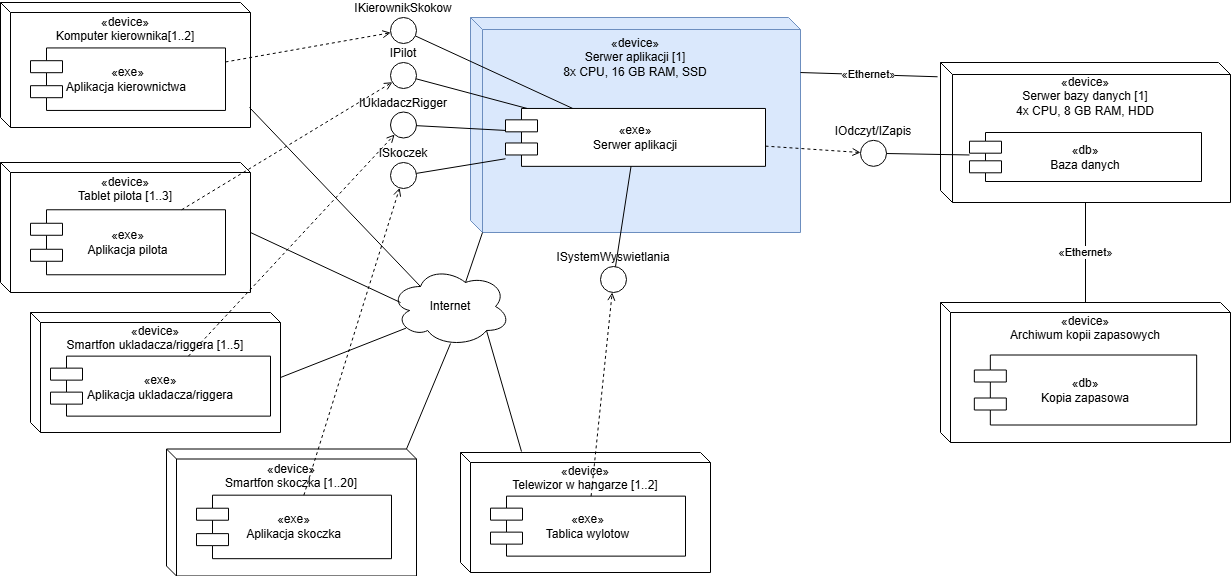
The draw.io diagram png-files/DiagramWdrozenia.png in PatrykWojtkielewicz/SkySchool, before a commit. Source tidied: cells renumbered, new cells last; positions are measured from the earlier drawing's top-left corner, leaving out a move shared by most shapes.
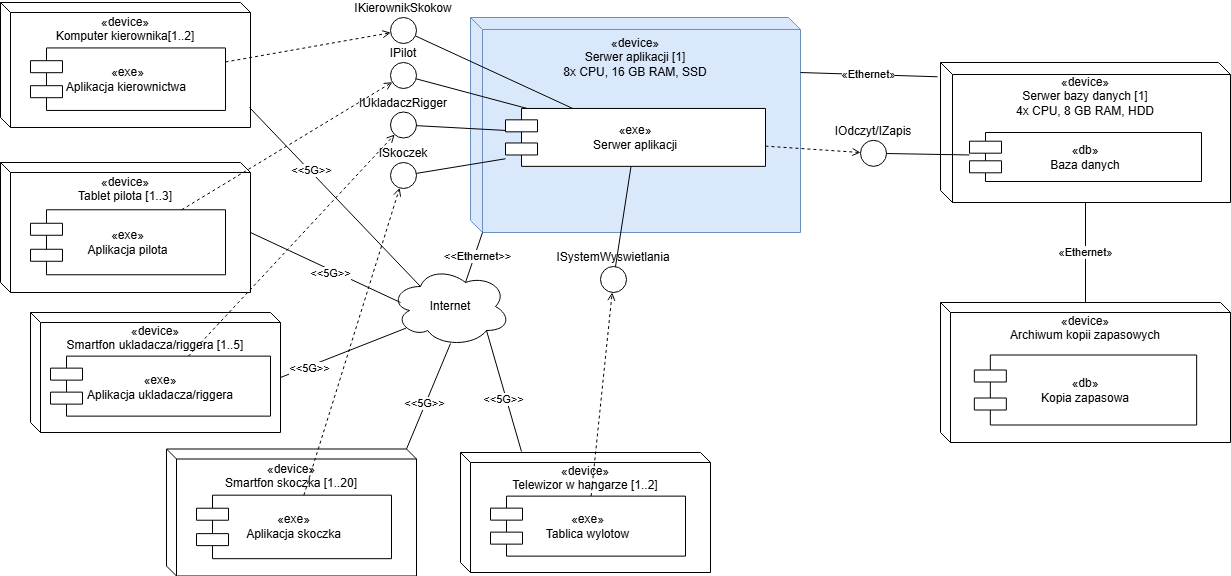
After the change.

Change to the diagram source:
```diff
@@ -116,22 +116,40 @@
     <mxCell id="39" style="rounded=0;jettySize=auto;html=1;entryX=0.996;entryY=0.84;entryDx=0;entryDy=0;entryPerimeter=0;exitX=0.25;exitY=0.25;exitDx=0;exitDy=0;exitPerimeter=0;endArrow=none;endFill=0;" parent="1" edge="1" source="38" target="2">
       <mxGeometry relative="1" as="geometry" />
     </mxCell>
+    <mxCell id="45" value="&amp;lt;&amp;lt;5G&amp;gt;&amp;gt;" style="edgeLabel;html=1;align=center;verticalAlign=middle;" parent="39" vertex="1">
+      <mxGeometry x="0.29" y="-1" relative="1" as="geometry" />
+    </mxCell>
     <mxCell id="40" style="rounded=0;jettySize=auto;html=1;entryX=0;entryY=0;entryDx=250;entryDy=70;entryPerimeter=0;endArrow=none;endFill=0;" parent="1" edge="1" target="4">
       <mxGeometry relative="1" as="geometry">
         <mxPoint x="400" y="300" as="sourcePoint" />
       </mxGeometry>
     </mxCell>
+    <mxCell id="46" value="&amp;lt;&amp;lt;5G&amp;gt;&amp;gt;" style="edgeLabel;html=1;align=center;verticalAlign=middle;" parent="40" vertex="1">
+      <mxGeometry x="-0.09" y="3" relative="1" as="geometry" />
+    </mxCell>
     <mxCell id="41" style="rounded=0;jettySize=auto;html=1;exitX=0;exitY=0;exitDx=250;exitDy=65;exitPerimeter=0;entryX=0.13;entryY=0.77;entryDx=0;entryDy=0;entryPerimeter=0;endArrow=none;endFill=0;" parent="1" edge="1" source="6" target="38">
       <mxGeometry relative="1" as="geometry" />
     </mxCell>
+    <mxCell id="47" value="&amp;lt;&amp;lt;5G&amp;gt;&amp;gt;" style="edgeLabel;html=1;align=center;verticalAlign=middle;" parent="41" vertex="1">
+      <mxGeometry x="-0.55" y="-2" relative="1" as="geometry" />
+    </mxCell>
     <mxCell id="42" style="rounded=0;jettySize=auto;html=1;exitX=0;exitY=0;exitDx=240;exitDy=0;exitPerimeter=0;entryX=0.5;entryY=0.963;entryDx=0;entryDy=0;entryPerimeter=0;endArrow=none;endFill=0;" parent="1" edge="1" source="8" target="38">
       <mxGeometry relative="1" as="geometry" />
     </mxCell>
+    <mxCell id="48" value="&amp;lt;&amp;lt;5G&amp;gt;&amp;gt;" style="edgeLabel;html=1;align=center;verticalAlign=middle;" parent="42" vertex="1">
+      <mxGeometry x="-0.15" y="2" relative="1" as="geometry" />
+    </mxCell>
     <mxCell id="43" style="rounded=0;jettySize=auto;html=1;exitX=0.8;exitY=0.8;exitDx=0;exitDy=0;exitPerimeter=0;entryX=0.244;entryY=-0.008;entryDx=0;entryDy=0;entryPerimeter=0;endArrow=none;endFill=0;" parent="1" edge="1" source="38" target="10">
       <mxGeometry relative="1" as="geometry" />
     </mxCell>
+    <mxCell id="49" value="&amp;lt;&amp;lt;5G&amp;gt;&amp;gt;" style="edgeLabel;html=1;align=center;verticalAlign=middle;" parent="43" vertex="1">
+      <mxGeometry x="0.11" y="-3" relative="1" as="geometry" />
+    </mxCell>
     <mxCell id="44" style="rounded=0;jettySize=auto;html=1;exitX=0;exitY=0;exitDx=12;exitDy=215;exitPerimeter=0;entryX=0.625;entryY=0.2;entryDx=0;entryDy=0;entryPerimeter=0;endArrow=none;endFill=0;" parent="1" edge="1" source="17" target="38">
       <mxGeometry relative="1" as="geometry" />
     </mxCell>
+    <mxCell id="50" value="&amp;lt;&amp;lt;Ethernet&amp;gt;&amp;gt;" style="edgeLabel;html=1;align=center;verticalAlign=middle;" parent="44" vertex="1">
+      <mxGeometry x="-0.1" y="2" relative="1" as="geometry" />
+    </mxCell>
   </root>
 </mxGraphModel>
```
